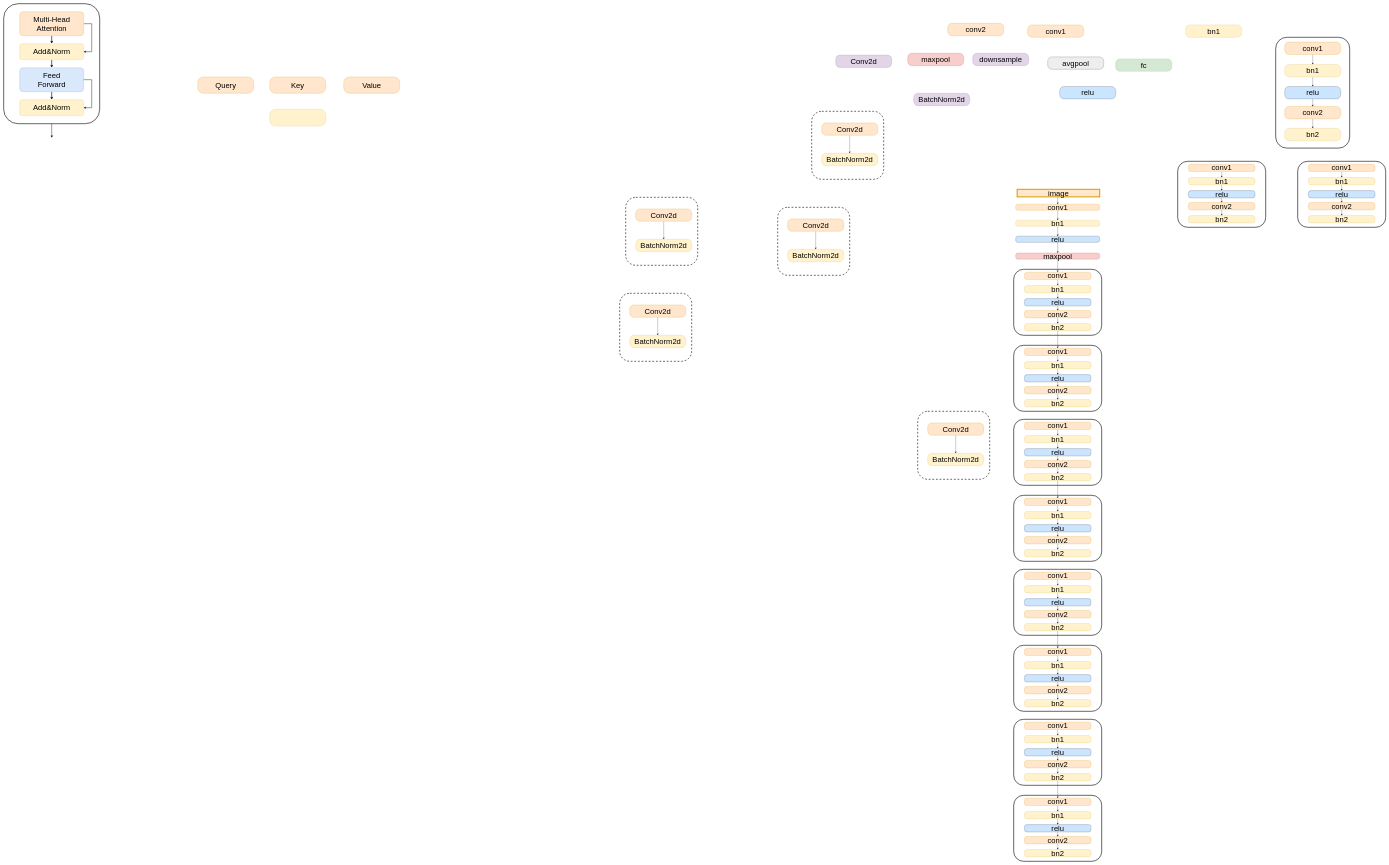
This is plot.drawio from paprika0741/Plot, a draw.io file, before an edit. Source tidied: cells renumbered, new cells numbered last; positions are measured from the earlier drawing's top-left corner, leaving out a move shared by most shapes. Both pictures are drawn from the tidied source at 20%, with x=0, y=0 at pixel (4, 4).
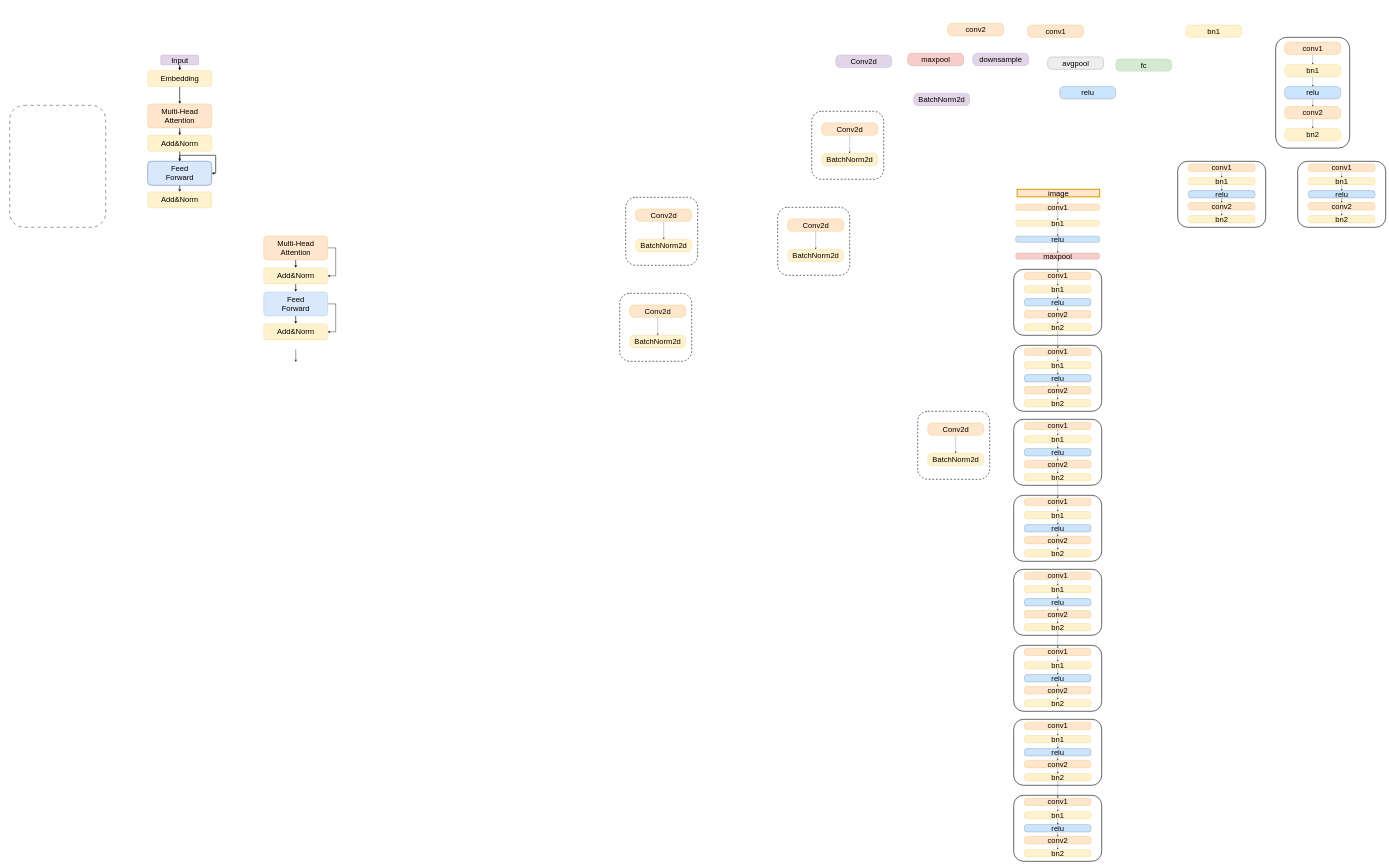
After the change.

Diff of the diagram source:
```diff
@@
+    <mxCell id="12" style="rounded=1;whiteSpace=wrap;html=1;fillColor=none;strokeWidth=2;dashed=1;dashPattern=8 8;" parent="1" vertex="1">
+      <mxGeometry x="30" y="508" width="480" height="610" as="geometry" />
+    </mxCell>
@@
-    <mxCell id="4" style="edgeStyle=orthogonalEdgeStyle;rounded=0;jettySize=auto;html=1;exitX=1;exitY=0.5;exitDx=0;exitDy=0;entryX=1;entryY=0.5;entryDx=0;entryDy=0;strokeWidth=2;" parent="1" edge="1" source="5" target="7">
-      <mxGeometry relative="1" as="geometry">
-        <Array as="points">
-          <mxPoint x="440" y="100" />
-          <mxPoint x="440" y="240" />
-        </Array>
-      </mxGeometry>
-    </mxCell>
     <mxCell id="5" value="&lt;div&gt;&lt;font style=&quot;font-size: 38px;&quot;&gt;&lt;br&gt;&lt;/font&gt;&lt;/div&gt;&lt;font style=&quot;font-size: 38px;&quot;&gt;Multi-Head&lt;/font&gt;&lt;div&gt;&lt;span style=&quot;font-size: 38px;&quot;&gt;Attention&lt;br&gt;&lt;/span&gt;&lt;div&gt;&lt;font style=&quot;font-size: 38px;&quot;&gt;&lt;br&gt;&lt;/font&gt;&lt;/div&gt;&lt;/div&gt;" style="rounded=1;whiteSpace=wrap;html=1;fillColor=#ffe6cc;strokeColor=#d79b00;" parent="1" vertex="1">
-      <mxGeometry x="80" y="40" width="320" height="120" as="geometry" />
+      <mxGeometry x="720" y="501" width="320" height="120" as="geometry" />
     </mxCell>
-    <mxCell id="6" style="edgeStyle=orthogonalEdgeStyle;rounded=0;jettySize=auto;html=1;exitX=0.5;exitY=1;exitDx=0;exitDy=0;entryX=0.5;entryY=0;entryDx=0;entryDy=0;strokeWidth=3;" parent="1" edge="1" source="7" target="9">
+    <mxCell id="6" style="edgeStyle=orthogonalEdgeStyle;rounded=0;jettySize=auto;html=1;strokeWidth=3;" parent="1" edge="1" source="7" target="9">
       <mxGeometry relative="1" as="geometry" />
     </mxCell>
     <mxCell id="7" value="&lt;font style=&quot;font-size: 38px;&quot;&gt;Add&amp;amp;Norm&lt;/font&gt;" style="rounded=1;whiteSpace=wrap;html=1;fillColor=#fff2cc;strokeColor=#d6b656;" parent="1" vertex="1">
-      <mxGeometry x="80" y="200" width="320" height="80" as="geometry" />
+      <mxGeometry x="720" y="658" width="320" height="80" as="geometry" />
     </mxCell>
@@
-    <mxCell id="9" value="&lt;div&gt;&lt;font style=&quot;font-size: 38px;&quot;&gt;&lt;br&gt;&lt;/font&gt;&lt;/div&gt;&lt;font style=&quot;font-size: 38px;&quot;&gt;Feed&lt;/font&gt;&lt;div&gt;&lt;span style=&quot;font-size: 38px;&quot;&gt;Forward&lt;br&gt;&lt;/span&gt;&lt;div&gt;&lt;font style=&quot;font-size: 38px;&quot;&gt;&lt;br&gt;&lt;/font&gt;&lt;/div&gt;&lt;/div&gt;" style="rounded=1;whiteSpace=wrap;html=1;fillColor=#dae8fc;strokeColor=#6c8ebf;" parent="1" vertex="1">
-      <mxGeometry x="80" y="320" width="320" height="120" as="geometry" />
+    <mxCell id="9" value="&lt;div&gt;&lt;font style=&quot;font-size: 38px;&quot;&gt;&lt;br&gt;&lt;/font&gt;&lt;/div&gt;&lt;font style=&quot;font-size: 38px;&quot;&gt;Feed&lt;/font&gt;&lt;div&gt;&lt;span style=&quot;font-size: 38px;&quot;&gt;Forward&lt;br&gt;&lt;/span&gt;&lt;div&gt;&lt;font style=&quot;font-size: 38px;&quot;&gt;&lt;br&gt;&lt;/font&gt;&lt;/div&gt;&lt;/div&gt;" style="rounded=1;whiteSpace=wrap;html=1;fillColor=#dae8fc;strokeColor=#6c8ebf;strokeWidth=3;" parent="1" vertex="1">
+      <mxGeometry x="720" y="788" width="320" height="120" as="geometry" />
     </mxCell>
     <mxCell id="10" value="&lt;font style=&quot;font-size: 38px;&quot;&gt;Add&amp;amp;Norm&lt;/font&gt;" style="rounded=1;whiteSpace=wrap;html=1;fillColor=#fff2cc;strokeColor=#d6b656;" parent="1" vertex="1">
-      <mxGeometry x="80" y="480" width="320" height="80" as="geometry" />
+      <mxGeometry x="720" y="941" width="320" height="80" as="geometry" />
     </mxCell>
-    <mxCell id="11" style="edgeStyle=orthogonalEdgeStyle;rounded=0;orthogonalLoop=1;jettySize=auto;html=1;exitX=1;exitY=0.5;exitDx=0;exitDy=0;entryX=1;entryY=0.5;entryDx=0;entryDy=0;strokeWidth=2;" parent="1" edge="1">
-      <mxGeometry relative="1" as="geometry">
-        <mxPoint x="400" y="380" as="sourcePoint" />
-        <mxPoint x="400" y="520" as="targetPoint" />
-        <Array as="points">
-          <mxPoint x="440" y="380" />
-          <mxPoint x="440" y="520" />
-        </Array>
-      </mxGeometry>
-    </mxCell>
-    <mxCell id="12" style="rounded=1;whiteSpace=wrap;html=1;fillColor=none;strokeWidth=3;" parent="1" vertex="1">
-      <mxGeometry width="480" height="600" as="geometry" />
-    </mxCell>
-    <mxCell id="13" style="edgeStyle=orthogonalEdgeStyle;rounded=0;jettySize=auto;html=1;exitX=0.5;exitY=1;exitDx=0;exitDy=0;strokeWidth=2;" parent="1" edge="1" source="12">
-      <mxGeometry relative="1" as="geometry">
-        <mxPoint x="240.4" y="670" as="targetPoint" />
-      </mxGeometry>
-    </mxCell>
@@
-    <mxCell id="184" value="&lt;span style=&quot;font-size: 38px;&quot;&gt;Query&lt;/span&gt;" style="rounded=1;whiteSpace=wrap;html=1;fillColor=#ffe6cc;strokeColor=#d79b00;arcSize=35;rotation=0;" parent="1" vertex="1">
-      <mxGeometry x="970" y="366" width="280" height="82" as="geometry" />
-    </mxCell>
-    <mxCell id="185" value="&lt;span style=&quot;font-size: 38px;&quot;&gt;Key&lt;/span&gt;" style="rounded=1;whiteSpace=wrap;html=1;fillColor=#ffe6cc;strokeColor=#d79b00;arcSize=35;rotation=0;" parent="1" vertex="1">
-      <mxGeometry x="1330" y="366" width="280" height="82" as="geometry" />
-    </mxCell>
-    <mxCell id="186" value="&lt;span style=&quot;font-size: 38px;&quot;&gt;Value&lt;/span&gt;" style="rounded=1;whiteSpace=wrap;html=1;fillColor=#ffe6cc;strokeColor=#d79b00;arcSize=35;rotation=0;" parent="1" vertex="1">
-      <mxGeometry x="1700" y="366" width="280" height="82" as="geometry" />
-    </mxCell>
-    <mxCell id="187" value="&lt;span style=&quot;font-size: 38px;&quot;&gt;&amp;nbsp;&lt;/span&gt;" style="rounded=1;whiteSpace=wrap;html=1;fillColor=#fff2cc;strokeColor=#d6b656;arcSize=35;rotation=0;" parent="1" vertex="1">
-      <mxGeometry x="1330" y="528" width="280" height="84" as="geometry" />
-    </mxCell>
+    <mxCell id="188" style="edgeStyle=orthogonalEdgeStyle;rounded=0;jettySize=auto;html=1;strokeWidth=3;" parent="1" edge="1" source="190" target="192">
+      <mxGeometry relative="1" as="geometry" />
+    </mxCell>
+    <mxCell id="189" style="edgeStyle=orthogonalEdgeStyle;rounded=0;jettySize=auto;html=1;exitX=1;exitY=0.5;exitDx=0;exitDy=0;entryX=1;entryY=0.5;entryDx=0;entryDy=0;strokeWidth=2;" parent="1" edge="1" source="190" target="192">
+      <mxGeometry relative="1" as="geometry">
+        <Array as="points">
+          <mxPoint x="1660" y="1221" />
+          <mxPoint x="1660" y="1361" />
+        </Array>
+      </mxGeometry>
+    </mxCell>
+    <mxCell id="190" value="&lt;div&gt;&lt;font style=&quot;font-size: 38px;&quot;&gt;&lt;br&gt;&lt;/font&gt;&lt;/div&gt;&lt;font style=&quot;font-size: 38px;&quot;&gt;Multi-Head&lt;/font&gt;&lt;div&gt;&lt;span style=&quot;font-size: 38px;&quot;&gt;Attention&lt;br&gt;&lt;/span&gt;&lt;div&gt;&lt;font style=&quot;font-size: 38px;&quot;&gt;&lt;br&gt;&lt;/font&gt;&lt;/div&gt;&lt;/div&gt;" style="rounded=1;whiteSpace=wrap;html=1;fillColor=#ffe6cc;strokeColor=#d79b00;" parent="1" vertex="1">
+      <mxGeometry x="1300" y="1161" width="320" height="120" as="geometry" />
+    </mxCell>
+    <mxCell id="191" style="edgeStyle=orthogonalEdgeStyle;rounded=0;jettySize=auto;html=1;exitX=0.5;exitY=1;exitDx=0;exitDy=0;entryX=0.5;entryY=0;entryDx=0;entryDy=0;strokeWidth=3;" parent="1" edge="1" source="192" target="194">
+      <mxGeometry relative="1" as="geometry" />
+    </mxCell>
+    <mxCell id="192" value="&lt;font style=&quot;font-size: 38px;&quot;&gt;Add&amp;amp;Norm&lt;/font&gt;" style="rounded=1;whiteSpace=wrap;html=1;fillColor=#fff2cc;strokeColor=#d6b656;" parent="1" vertex="1">
+      <mxGeometry x="1300" y="1321" width="320" height="80" as="geometry" />
+    </mxCell>
+    <mxCell id="193" style="edgeStyle=orthogonalEdgeStyle;rounded=0;jettySize=auto;html=1;exitX=0.5;exitY=1;exitDx=0;exitDy=0;entryX=0.5;entryY=0;entryDx=0;entryDy=0;strokeWidth=3;" parent="1" edge="1" source="194" target="195">
+      <mxGeometry relative="1" as="geometry" />
+    </mxCell>
+    <mxCell id="194" value="&lt;div&gt;&lt;font style=&quot;font-size: 38px;&quot;&gt;&lt;br&gt;&lt;/font&gt;&lt;/div&gt;&lt;font style=&quot;font-size: 38px;&quot;&gt;Feed&lt;/font&gt;&lt;div&gt;&lt;span style=&quot;font-size: 38px;&quot;&gt;Forward&lt;br&gt;&lt;/span&gt;&lt;div&gt;&lt;font style=&quot;font-size: 38px;&quot;&gt;&lt;br&gt;&lt;/font&gt;&lt;/div&gt;&lt;/div&gt;" style="rounded=1;whiteSpace=wrap;html=1;fillColor=#dae8fc;strokeColor=#6c8ebf;" parent="1" vertex="1">
+      <mxGeometry x="1300" y="1441" width="320" height="120" as="geometry" />
+    </mxCell>
+    <mxCell id="195" value="&lt;font style=&quot;font-size: 38px;&quot;&gt;Add&amp;amp;Norm&lt;/font&gt;" style="rounded=1;whiteSpace=wrap;html=1;fillColor=#fff2cc;strokeColor=#d6b656;" parent="1" vertex="1">
+      <mxGeometry x="1300" y="1601" width="320" height="80" as="geometry" />
+    </mxCell>
+    <mxCell id="196" style="edgeStyle=orthogonalEdgeStyle;rounded=0;orthogonalLoop=1;jettySize=auto;html=1;exitX=1;exitY=0.5;exitDx=0;exitDy=0;entryX=1;entryY=0.5;entryDx=0;entryDy=0;strokeWidth=2;" parent="1" edge="1">
+      <mxGeometry relative="1" as="geometry">
+        <mxPoint x="1620" y="1501" as="sourcePoint" />
+        <mxPoint x="1620" y="1641" as="targetPoint" />
+        <Array as="points">
+          <mxPoint x="1660" y="1501" />
+          <mxPoint x="1660" y="1641" />
+        </Array>
+      </mxGeometry>
+    </mxCell>
+    <mxCell id="197" style="edgeStyle=orthogonalEdgeStyle;rounded=0;orthogonalLoop=1;jettySize=auto;html=1;exitX=0.5;exitY=1;exitDx=0;exitDy=0;strokeWidth=2;" parent="1" edge="1">
+      <mxGeometry relative="1" as="geometry">
+        <mxPoint x="1460" y="1728" as="sourcePoint" />
+        <mxPoint x="1460.4" y="1791" as="targetPoint" />
+      </mxGeometry>
+    </mxCell>
+    <mxCell id="198" style="edgeStyle=orthogonalEdgeStyle;rounded=0;jettySize=auto;html=1;exitX=0.5;exitY=1;exitDx=0;exitDy=0;strokeWidth=3;" parent="1" edge="1" source="199" target="5">
+      <mxGeometry relative="1" as="geometry">
+        <Array as="points">
+          <mxPoint x="880" y="518" />
+        </Array>
+      </mxGeometry>
+    </mxCell>
+    <mxCell id="199" value="&lt;font style=&quot;font-size: 38px;&quot;&gt;Embedding&lt;/font&gt;" style="rounded=1;whiteSpace=wrap;html=1;fillColor=#fff2cc;strokeColor=#d6b656;" parent="1" vertex="1">
+      <mxGeometry x="720" y="334" width="320" height="80" as="geometry" />
+    </mxCell>
+    <mxCell id="200" style="edgeStyle=orthogonalEdgeStyle;rounded=0;jettySize=auto;html=1;entryX=0.5;entryY=0;entryDx=0;entryDy=0;strokeWidth=3;" parent="1" edge="1" source="201" target="199">
+      <mxGeometry relative="1" as="geometry" />
+    </mxCell>
+    <mxCell id="201" value="&lt;font style=&quot;font-size: 38px;&quot;&gt;Input&lt;/font&gt;" style="rounded=1;whiteSpace=wrap;html=1;fillColor=#e1d5e7;strokeColor=#9673a6;" parent="1" vertex="1">
+      <mxGeometry x="785" y="257" width="190" height="50" as="geometry" />
+    </mxCell>
+    <mxCell id="202" style="edgeStyle=orthogonalEdgeStyle;rounded=0;orthogonalLoop=1;jettySize=auto;html=1;entryX=1;entryY=0.5;entryDx=0;entryDy=0;strokeWidth=3;" parent="1" edge="1" source="9" target="9">
+      <mxGeometry relative="1" as="geometry">
+        <Array as="points">
+          <mxPoint x="880" y="758" />
+          <mxPoint x="1060" y="758" />
+          <mxPoint x="1060" y="848" />
+        </Array>
+      </mxGeometry>
+    </mxCell>
```
